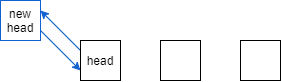
The draw.io diagram img/linked_list03.drawio.png in eddiemcconkie/cse212, before a commit. Source tidied: cells renumbered, new cells last; positions are measured from the earlier drawing's top-left corner, leaving out a move shared by most shapes. Source of this version:
```xml
<mxGraphModel>
  <root>
    <mxCell id="0" />
    <mxCell id="1" parent="0" />
    <mxCell id="2" style="rounded=0;jettySize=auto;html=1;exitX=1;exitY=0.75;exitDx=0;exitDy=0;entryX=0;entryY=0.75;entryDx=0;entryDy=0;strokeColor=#0F60D0;" parent="1" edge="1" source="3" target="6">
      <mxGeometry relative="1" as="geometry" />
    </mxCell>
    <mxCell id="3" value="new head" style="rounded=0;whiteSpace=wrap;html=1;strokeColor=#0F60D0;" parent="1" vertex="1">
      <mxGeometry width="40" height="40" as="geometry" />
    </mxCell>
    <mxCell id="4" style="rounded=0;jettySize=auto;html=1;exitX=0;exitY=0.25;exitDx=0;exitDy=0;entryX=1;entryY=0.25;entryDx=0;entryDy=0;strokeColor=#0F60D0;" parent="1" edge="1" source="6" target="3">
      <mxGeometry relative="1" as="geometry" />
    </mxCell>
    <mxCell id="5" style="edgeStyle=none;rounded=0;jettySize=auto;html=1;exitX=1;exitY=0.75;exitDx=0;exitDy=0;entryX=0;entryY=0.75;entryDx=0;entryDy=0;strokeColor=#FFFFFF;" parent="1" edge="1" source="6" target="9">
      <mxGeometry relative="1" as="geometry" />
    </mxCell>
    <mxCell id="6" value="head" style="rounded=0;whiteSpace=wrap;html=1;" parent="1" vertex="1">
      <mxGeometry x="80" y="40" width="40" height="40" as="geometry" />
    </mxCell>
    <mxCell id="7" style="edgeStyle=none;rounded=0;jettySize=auto;html=1;exitX=0;exitY=0.25;exitDx=0;exitDy=0;entryX=1;entryY=0.25;entryDx=0;entryDy=0;strokeColor=#FFFFFF;" parent="1" edge="1" source="9" target="6">
      <mxGeometry relative="1" as="geometry" />
    </mxCell>
    <mxCell id="8" style="edgeStyle=none;rounded=0;jettySize=auto;html=1;exitX=1;exitY=0.75;exitDx=0;exitDy=0;entryX=0;entryY=0.75;entryDx=0;entryDy=0;strokeColor=#FFFFFF;" parent="1" edge="1" source="9" target="11">
      <mxGeometry relative="1" as="geometry" />
    </mxCell>
    <mxCell id="9" style="rounded=0;whiteSpace=wrap;html=1;" parent="1" vertex="1">
      <mxGeometry x="160" y="40" width="40" height="40" as="geometry" />
    </mxCell>
    <mxCell id="10" style="edgeStyle=none;rounded=0;jettySize=auto;html=1;exitX=0;exitY=0.25;exitDx=0;exitDy=0;entryX=1;entryY=0.25;entryDx=0;entryDy=0;strokeColor=#FFFFFF;" parent="1" edge="1" source="11" target="9">
      <mxGeometry relative="1" as="geometry" />
    </mxCell>
    <mxCell id="11" style="rounded=0;whiteSpace=wrap;html=1;" parent="1" vertex="1">
      <mxGeometry x="240" y="40" width="40" height="40" as="geometry" />
    </mxCell>
  </root>
</mxGraphModel>
```
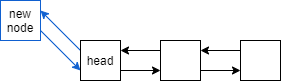
The same file after the commit.

Commit message:
Fixed arrow color on diagram

The edit, as a diff of the source:
```diff
@@ -5,28 +5,28 @@
     <mxCell id="2" style="rounded=0;jettySize=auto;html=1;exitX=1;exitY=0.75;exitDx=0;exitDy=0;entryX=0;entryY=0.75;entryDx=0;entryDy=0;strokeColor=#0F60D0;" parent="1" edge="1" source="3" target="6">
       <mxGeometry relative="1" as="geometry" />
     </mxCell>
-    <mxCell id="3" value="new head" style="rounded=0;whiteSpace=wrap;html=1;strokeColor=#0F60D0;" parent="1" vertex="1">
+    <mxCell id="3" value="new node" style="rounded=0;whiteSpace=wrap;html=1;strokeColor=#0F60D0;" parent="1" vertex="1">
       <mxGeometry width="40" height="40" as="geometry" />
     </mxCell>
     <mxCell id="4" style="rounded=0;jettySize=auto;html=1;exitX=0;exitY=0.25;exitDx=0;exitDy=0;entryX=1;entryY=0.25;entryDx=0;entryDy=0;strokeColor=#0F60D0;" parent="1" edge="1" source="6" target="3">
       <mxGeometry relative="1" as="geometry" />
     </mxCell>
-    <mxCell id="5" style="edgeStyle=none;rounded=0;jettySize=auto;html=1;exitX=1;exitY=0.75;exitDx=0;exitDy=0;entryX=0;entryY=0.75;entryDx=0;entryDy=0;strokeColor=#FFFFFF;" parent="1" edge="1" source="6" target="9">
+    <mxCell id="5" style="edgeStyle=none;rounded=0;jettySize=auto;html=1;exitX=1;exitY=0.75;exitDx=0;exitDy=0;entryX=0;entryY=0.75;entryDx=0;entryDy=0;" parent="1" edge="1" source="6" target="9">
       <mxGeometry relative="1" as="geometry" />
     </mxCell>
     <mxCell id="6" value="head" style="rounded=0;whiteSpace=wrap;html=1;" parent="1" vertex="1">
       <mxGeometry x="80" y="40" width="40" height="40" as="geometry" />
     </mxCell>
-    <mxCell id="7" style="edgeStyle=none;rounded=0;jettySize=auto;html=1;exitX=0;exitY=0.25;exitDx=0;exitDy=0;entryX=1;entryY=0.25;entryDx=0;entryDy=0;strokeColor=#FFFFFF;" parent="1" edge="1" source="9" target="6">
+    <mxCell id="7" style="edgeStyle=none;rounded=0;jettySize=auto;html=1;exitX=0;exitY=0.25;exitDx=0;exitDy=0;entryX=1;entryY=0.25;entryDx=0;entryDy=0;" parent="1" edge="1" source="9" target="6">
       <mxGeometry relative="1" as="geometry" />
     </mxCell>
-    <mxCell id="8" style="edgeStyle=none;rounded=0;jettySize=auto;html=1;exitX=1;exitY=0.75;exitDx=0;exitDy=0;entryX=0;entryY=0.75;entryDx=0;entryDy=0;strokeColor=#FFFFFF;" parent="1" edge="1" source="9" target="11">
+    <mxCell id="8" style="edgeStyle=none;rounded=0;jettySize=auto;html=1;exitX=1;exitY=0.75;exitDx=0;exitDy=0;entryX=0;entryY=0.75;entryDx=0;entryDy=0;" parent="1" edge="1" source="9" target="11">
       <mxGeometry relative="1" as="geometry" />
     </mxCell>
     <mxCell id="9" style="rounded=0;whiteSpace=wrap;html=1;" parent="1" vertex="1">
       <mxGeometry x="160" y="40" width="40" height="40" as="geometry" />
     </mxCell>
-    <mxCell id="10" style="edgeStyle=none;rounded=0;jettySize=auto;html=1;exitX=0;exitY=0.25;exitDx=0;exitDy=0;entryX=1;entryY=0.25;entryDx=0;entryDy=0;strokeColor=#FFFFFF;" parent="1" edge="1" source="11" target="9">
+    <mxCell id="10" style="edgeStyle=none;rounded=0;jettySize=auto;html=1;exitX=0;exitY=0.25;exitDx=0;exitDy=0;entryX=1;entryY=0.25;entryDx=0;entryDy=0;" parent="1" edge="1" source="11" target="9">
       <mxGeometry relative="1" as="geometry" />
     </mxCell>
     <mxCell id="11" style="rounded=0;whiteSpace=wrap;html=1;" parent="1" vertex="1">
```
